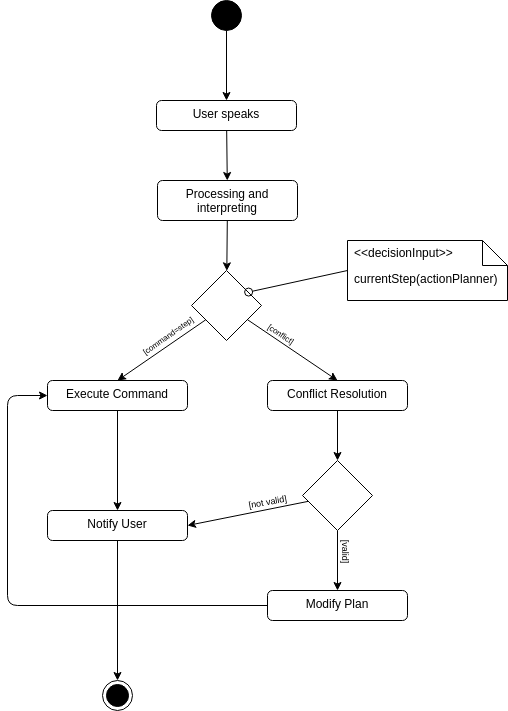
ignithor/Assignment_Cogar_Group_C keeps this draw.io diagram as src/human_command/diagrams/activity_diagram.drawio.png. Above is the earlier version. Source tidied: cells renumbered, new cells last; positions are measured from the earlier drawing's top-left corner, leaving out a move shared by most shapes.
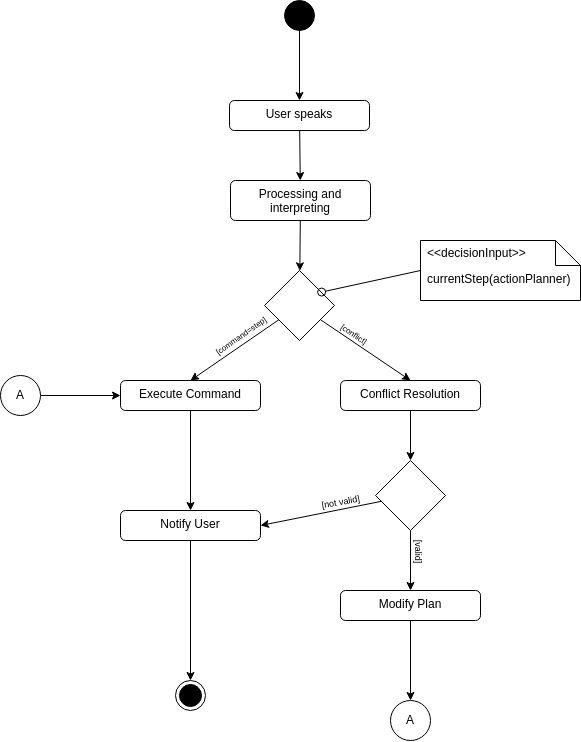
After the change.

Commit message:
fix: diagrams human_command

What changed in the source:
```diff
@@ -53,14 +53,9 @@
     <mxCell id="18" style="rhombus;" parent="1" vertex="1">
       <mxGeometry x="295" y="460" width="70" height="70" as="geometry" />
     </mxCell>
-    <mxCell id="19" style="edgeStyle=none;html=1;entryX=0;entryY=0.5;entryDx=0;entryDy=0;" parent="1" edge="1" source="20" target="13">
-      <mxGeometry relative="1" as="geometry">
-        <Array as="points">
-          <mxPoint y="605" />
-          <mxPoint y="395" />
-        </Array>
-      </mxGeometry>
-    </mxCell>
+    <mxCell id="30" style="edgeStyle=none;html=1;entryX=0.5;entryY=0;entryDx=0;entryDy=0;" parent="1" edge="1" source="20" target="31">
+      <mxGeometry relative="1" as="geometry" />
+    </mxCell>
     <mxCell id="20" value="Modify Plan" style="html=1;align=center;verticalAlign=top;rounded=1;absoluteArcSize=1;arcSize=10;dashed=0;whiteSpace=wrap;" parent="1" vertex="1">
       <mxGeometry x="260" y="590" width="140" height="30" as="geometry" />
     </mxCell>
@@ -91,5 +86,14 @@
     <mxCell id="29" value="&lt;font style=&quot;font-size: 8px;&quot;&gt;[conflict]&lt;/font&gt;" style="text;html=1;align=center;verticalAlign=middle;strokeColor=none;fillColor=none;rotation=34;" parent="1" vertex="1">
       <mxGeometry x="249" y="318" width="50" height="30" as="geometry" />
     </mxCell>
+    <mxCell id="31" value="A" style="ellipse;whiteSpace=wrap;html=1;" parent="1" vertex="1">
+      <mxGeometry x="310" y="700" width="40" height="40" as="geometry" />
+    </mxCell>
+    <mxCell id="32" style="edgeStyle=none;html=1;entryX=0;entryY=0.5;entryDx=0;entryDy=0;" parent="1" edge="1" source="33" target="13">
+      <mxGeometry relative="1" as="geometry" />
+    </mxCell>
+    <mxCell id="33" value="A" style="ellipse;whiteSpace=wrap;html=1;" parent="1" vertex="1">
+      <mxGeometry x="-80" y="375" width="40" height="40" as="geometry" />
+    </mxCell>
   </root>
 </mxGraphModel>
```
